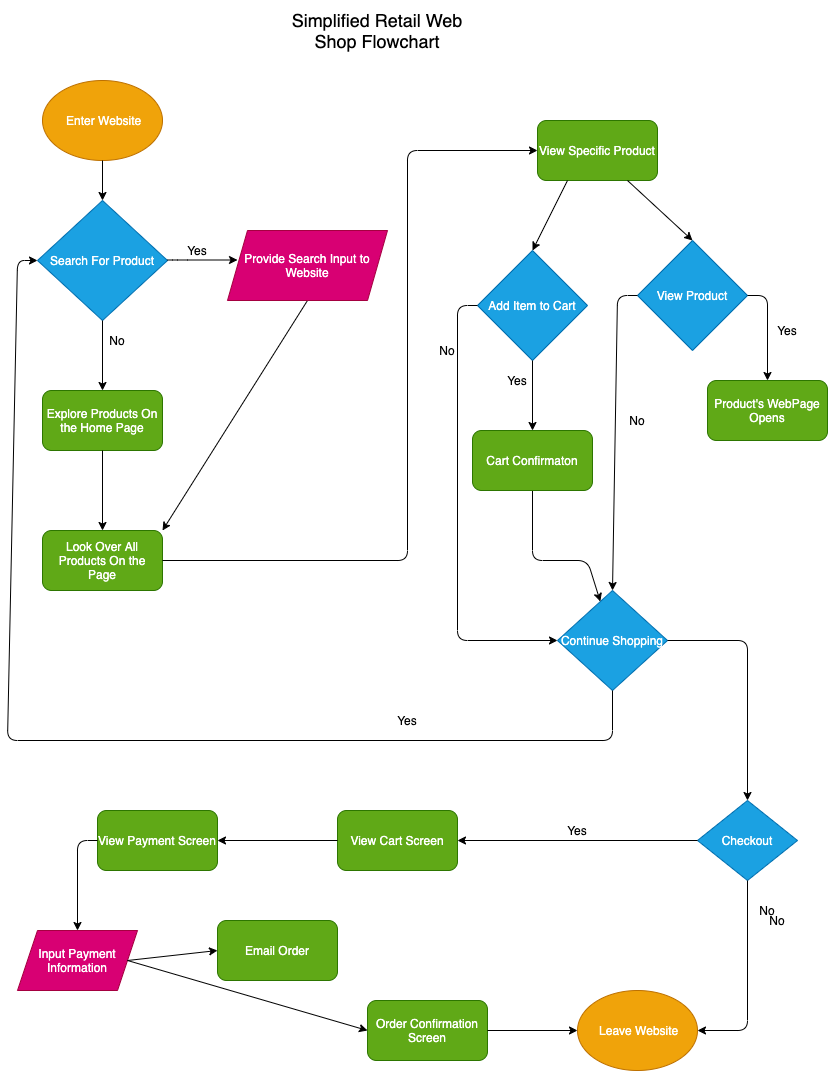
Earlier version of the draw.io export part2/part2.drawio.png (aksharans/sp21-cse110-lab4). Source tidied: cells renumbered, new cells last; positions are measured from the earlier drawing's top-left corner, leaving out a move shared by most shapes.
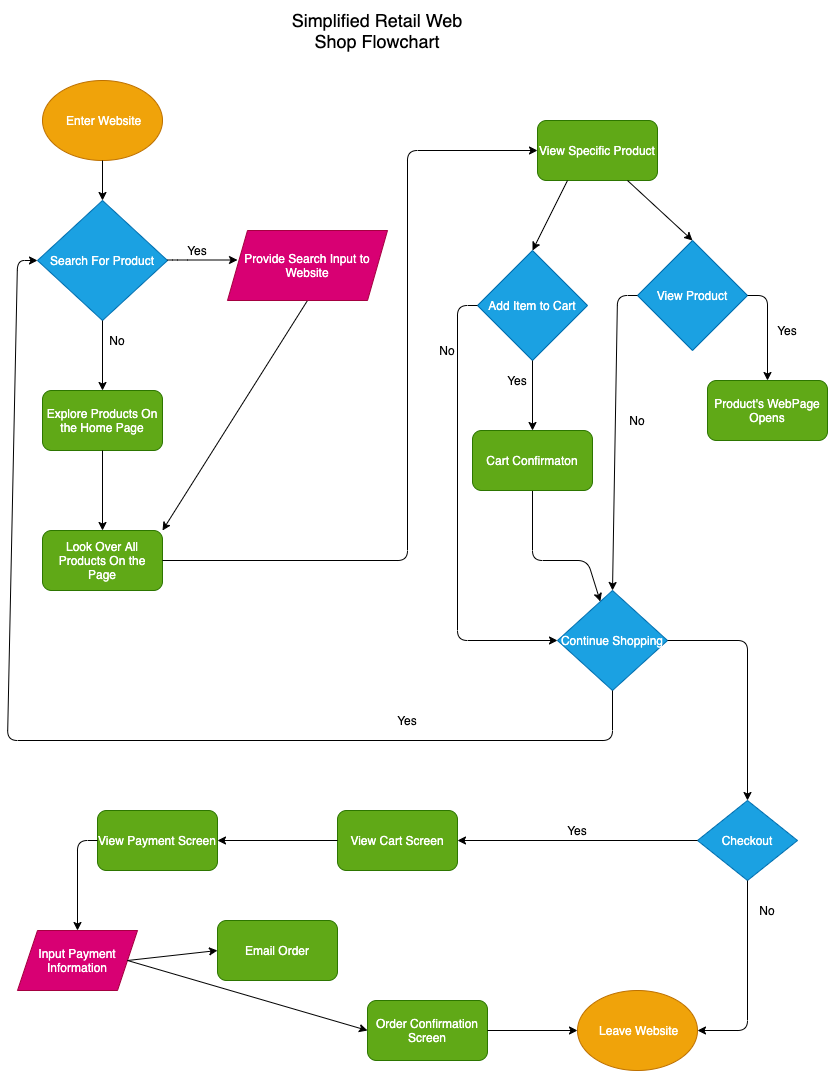
Above is the later version.

Commit message:
finish part 2

The edit, as a diff of the source:
```diff
@@ -210,8 +210,5 @@
     <mxCell id="52" style="endArrow=classic;html=1;strokeColor=#000000;exitX=1;exitY=0.5;exitDx=0;exitDy=0;entryX=0;entryY=0.5;entryDx=0;entryDy=0;" parent="1" edge="1" source="48" target="36">
       <mxGeometry relative="1" as="geometry" />
     </mxCell>
-    <mxCell id="53" value="&lt;font color=&quot;#000000&quot;&gt;No&lt;/font&gt;" style="text;html=1;strokeColor=none;fillColor=none;align=center;verticalAlign=middle;whiteSpace=wrap;rounded=0;" parent="1" vertex="1">
-      <mxGeometry x="750" y="910" width="40" height="20" as="geometry" />
-    </mxCell>
   </root>
 </mxGraphModel>
```
